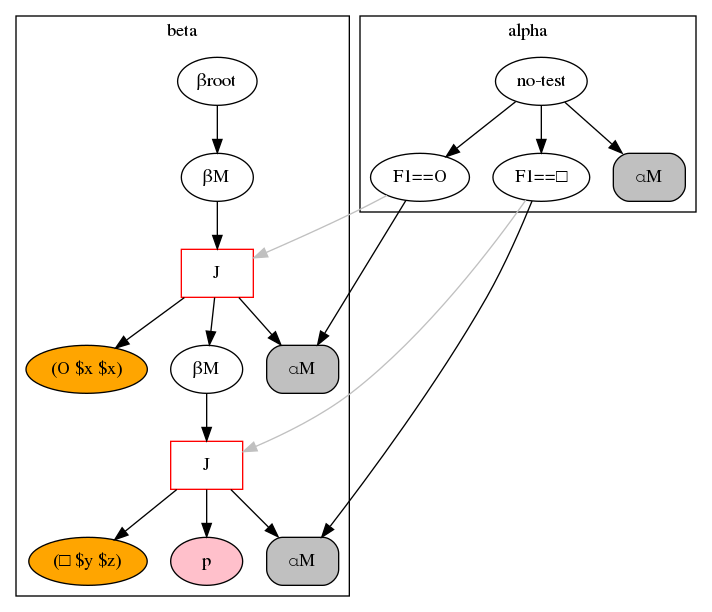
Above: rete.png in Cybernetic1/GIRL (Graphviz), before the change. Its source is kept beside it as rete.dot.
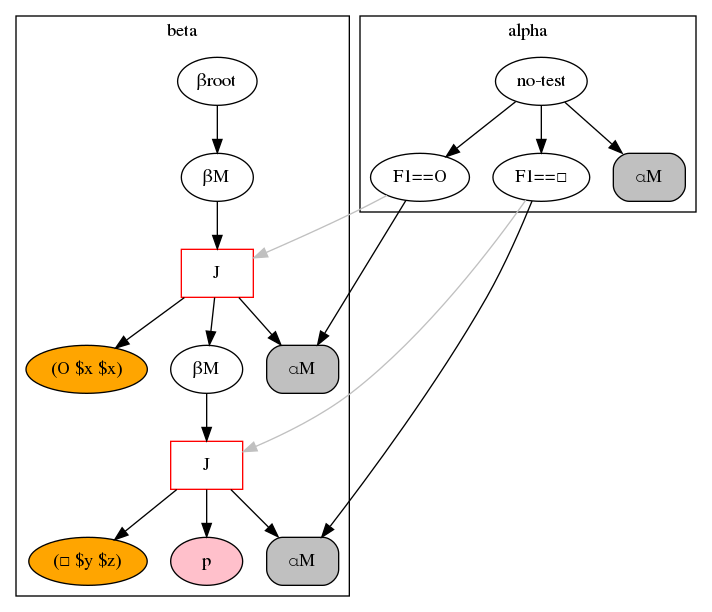
The same file after the commit.

The edit, as a diff of the source:
```diff
@@ -1,35 +1,35 @@
 digraph {
 	subgraph cluster_1 {
 	label = beta
-	"BetaNode 139989145585928" [label="βroot"];
-	"BetaNode 139989145585928" -> "BetaMemory 139989145725360";
-	"BetaMemory 139989145725360" [label="βM"];
-	"BetaMemory 139989145725360" -> "JoinNode 139989145725584";
-	"JoinNode 139989145725584" [shape=box,color=red,label="J"];
-	"JoinNode 139989145725584" -> "⍺M:<rete.alpha.AlphaMemory object at 0x7f51c34daa58>"
+	"BetaNode 140371494471944" [label="βroot"];
+	"BetaNode 140371494471944" -> "BetaMemory 140371494583040";
+	"BetaMemory 140371494583040" [label="βM"];
+	"BetaMemory 140371494583040" -> "JoinNode 140371494583264";
+	"JoinNode 140371494583264" [shape=box,color=red,label="J"];
+	"JoinNode 140371494583264" -> "⍺M:<rete.alpha.AlphaMemory object at 0x7faac9123ba8>"
 	"(O $x $x)" [style=filled,fillcolor=orange];
-	"JoinNode 139989145725584" -> "(O $x $x)"
-	"JoinNode 139989145725584" -> "BetaMemory 139989145725640";
-	"BetaMemory 139989145725640" [label="βM"];
-	"BetaMemory 139989145725640" -> "JoinNode 139989145725808";
-	"JoinNode 139989145725808" [shape=box,color=red,label="J"];
-	"JoinNode 139989145725808" -> "⍺M:<rete.alpha.AlphaMemory object at 0x7f51c34dab38>"
+	"JoinNode 140371494583264" -> "(O $x $x)"
+	"JoinNode 140371494583264" -> "BetaMemory 140371494583320";
+	"BetaMemory 140371494583320" [label="βM"];
+	"BetaMemory 140371494583320" -> "JoinNode 140371494583488";
+	"JoinNode 140371494583488" [shape=box,color=red,label="J"];
+	"JoinNode 140371494583488" -> "⍺M:<rete.alpha.AlphaMemory object at 0x7faac9123c88>"
 	"(□ $y $z)" [style=filled,fillcolor=orange];
-	"JoinNode 139989145725808" -> "(□ $y $z)"
-	"JoinNode 139989145725808" -> "PNode 139989145725304";
-	"PNode 139989145725304" [style=filled,fillcolor=pink,label="p"];
+	"JoinNode 140371494583488" -> "(□ $y $z)"
+	"JoinNode 140371494583488" -> "PNode 140371494582984";
+	"PNode 140371494582984" [style=filled,fillcolor=pink,label="p"];
 	}
 	subgraph cluster_0 {
 	label = alpha
 	"no-test" -> "F1==O";
-	"F1==O" -> "⍺M:<rete.alpha.AlphaMemory object at 0x7f51c34daa58>";
-	"⍺M:<rete.alpha.AlphaMemory object at 0x7f51c34daa58>" [shape=box, style="rounded,filled", label="⍺M", fillcolor=gray];
+	"F1==O" -> "⍺M:<rete.alpha.AlphaMemory object at 0x7faac9123ba8>";
+	"⍺M:<rete.alpha.AlphaMemory object at 0x7faac9123ba8>" [shape=box, style="rounded,filled", label="⍺M", fillcolor=gray];
 	"no-test" -> "F1==□";
-	"F1==□" -> "⍺M:<rete.alpha.AlphaMemory object at 0x7f51c34dab38>";
-	"⍺M:<rete.alpha.AlphaMemory object at 0x7f51c34dab38>" [shape=box, style="rounded,filled", label="⍺M", fillcolor=gray];
-	"no-test" -> "⍺M:<rete.alpha.AlphaMemory object at 0x7f51c34b8630>";
-	"⍺M:<rete.alpha.AlphaMemory object at 0x7f51c34b8630>" [shape=box, style="rounded,filled", label="⍺M", fillcolor=gray];
+	"F1==□" -> "⍺M:<rete.alpha.AlphaMemory object at 0x7faac9123c88>";
+	"⍺M:<rete.alpha.AlphaMemory object at 0x7faac9123c88>" [shape=box, style="rounded,filled", label="⍺M", fillcolor=gray];
+	"no-test" -> "⍺M:<rete.alpha.AlphaMemory object at 0x7faac9108630>";
+	"⍺M:<rete.alpha.AlphaMemory object at 0x7faac9108630>" [shape=box, style="rounded,filled", label="⍺M", fillcolor=gray];
 	}
-	"F1==O" -> "JoinNode 139989145725584" [color=gray];
-	"F1==□" -> "JoinNode 139989145725808" [color=gray];
+	"F1==O" -> "JoinNode 140371494583264" [color=gray];
+	"F1==□" -> "JoinNode 140371494583488" [color=gray];
 }
```
